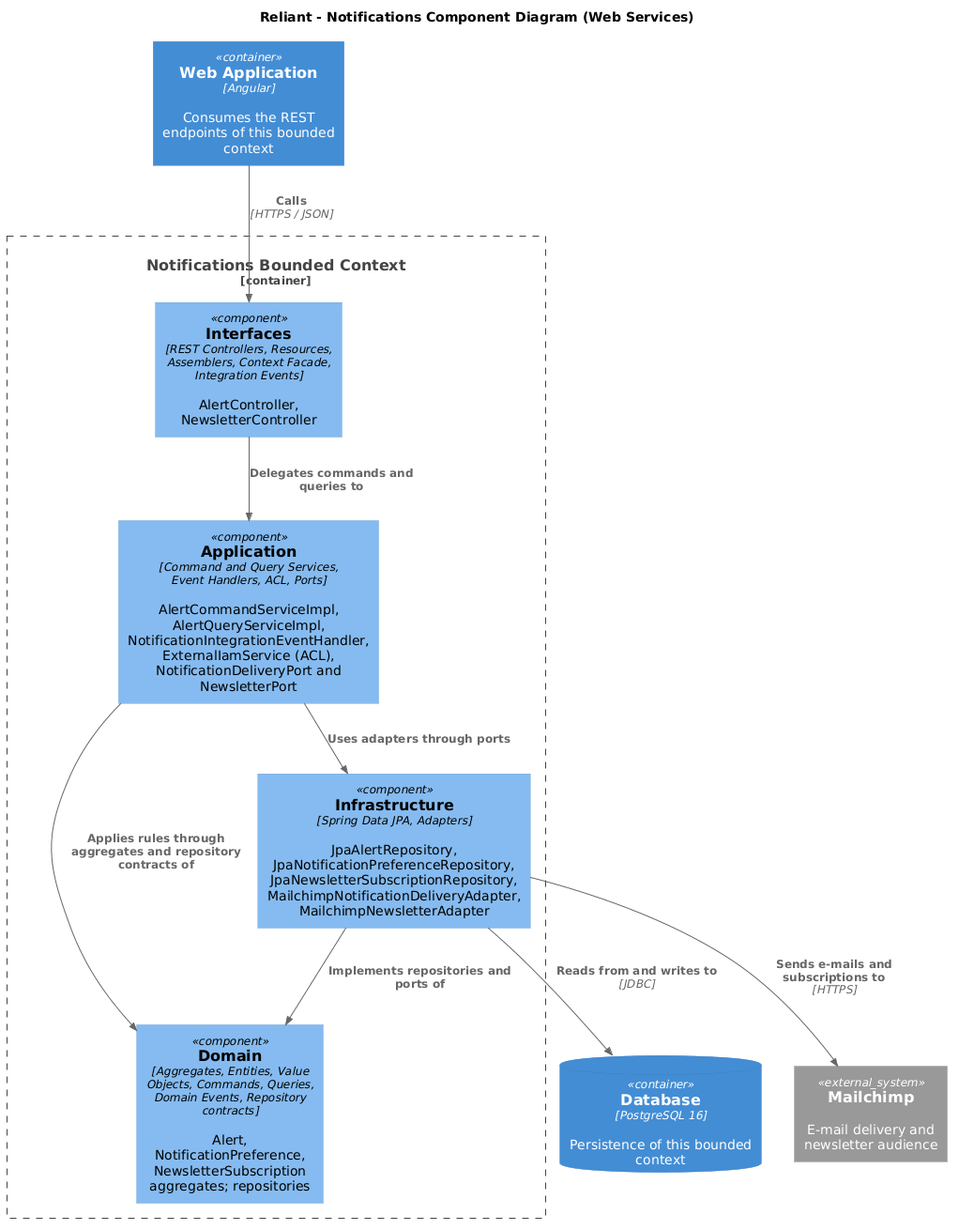
Earlier version of the PlantUML export assets/img/4.chapter-iv/4.6.domain-driven-software-architecture/4.6.4.software-architecture-components-diagrams/reliant-c4-components-notifications-web-services.png (upc-pre-202620-1asi0729-7753-innovacorp/reliant-report). Source of this version:
```plantuml
@startuml
!includeurl https://raw.githubusercontent.com/plantuml-stdlib/C4-PlantUML/master/C4_Component.puml

title Reliant - Notifications Component Diagram (Web Services)

Container(webapp, "Web Application", "Angular", "Consumes the REST endpoints of this bounded context")
ContainerDb(db, "Database", "PostgreSQL 16", "Persistence of this bounded context")
System_Ext(mailchimp, "Mailchimp", "E-mail delivery and newsletter audience")

Container_Boundary(bc, "Notifications Bounded Context") {
    Component(interfaces, "Interfaces", "REST Controllers, Resources, Assemblers, Context Facade, Integration Events", "AlertController, NewsletterController")
    Component(application, "Application", "Command and Query Services, Event Handlers, ACL, Ports", "AlertCommandServiceImpl, AlertQueryServiceImpl, NotificationIntegrationEventHandler, ExternalIamService (ACL), NotificationDeliveryPort and NewsletterPort")
    Component(domain, "Domain", "Aggregates, Entities, Value Objects, Commands, Queries, Domain Events, Repository contracts", "Alert, NotificationPreference, NewsletterSubscription aggregates; repositories")
    Component(infrastructure, "Infrastructure", "Spring Data JPA, Adapters", "JpaAlertRepository, JpaNotificationPreferenceRepository, JpaNewsletterSubscriptionRepository, MailchimpNotificationDeliveryAdapter, MailchimpNewsletterAdapter")
}

Rel(webapp, interfaces, "Calls", "HTTPS / JSON")
Rel(interfaces, application, "Delegates commands and queries to")
Rel(application, domain, "Applies rules through aggregates and repository contracts of")
Rel(infrastructure, domain, "Implements repositories and ports of")
Rel(application, infrastructure, "Uses adapters through ports")
Rel(infrastructure, db, "Reads from and writes to", "JDBC")
Rel(infrastructure, mailchimp, "Sends e-mails and subscriptions to", "HTTPS")
@enduml
```
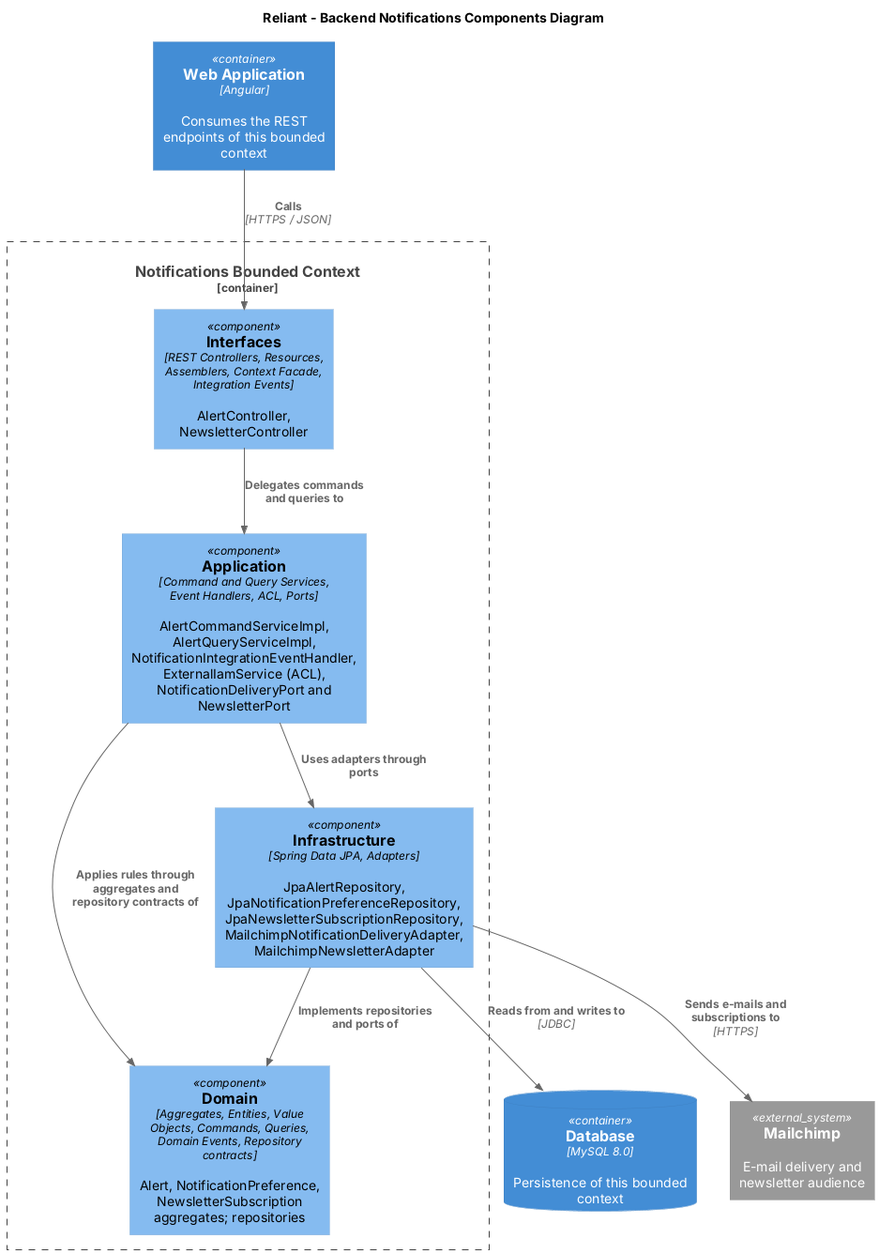
Above is the later version.

Diff of the diagram source:
```diff
@@ -1,10 +1,10 @@
-@startuml
+@startuml "Components-Notifications"
 !includeurl https://raw.githubusercontent.com/plantuml-stdlib/C4-PlantUML/master/C4_Component.puml
 
-title Reliant - Notifications Component Diagram (Web Services)
+title Reliant - Backend Notifications Components Diagram
 
 Container(webapp, "Web Application", "Angular", "Consumes the REST endpoints of this bounded context")
-ContainerDb(db, "Database", "PostgreSQL 16", "Persistence of this bounded context")
+ContainerDb(db, "Database", "MySQL 8.0", "Persistence of this bounded context")
 System_Ext(mailchimp, "Mailchimp", "E-mail delivery and newsletter audience")
 
 Container_Boundary(bc, "Notifications Bounded Context") {
```
